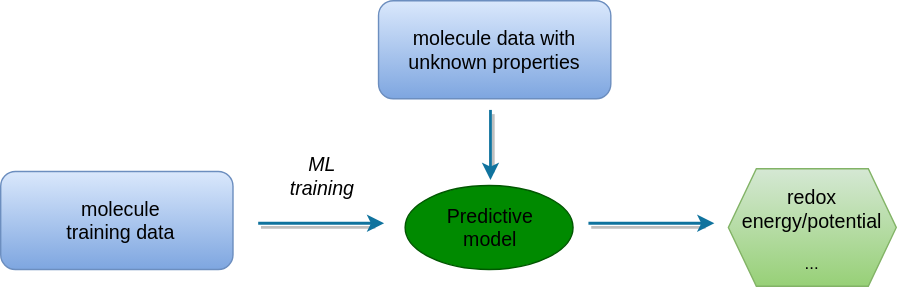
Above: pipeline-octopussy.svg in jajupmochi/figures-collection (draw.io), before the change. Source tidied: cells renumbered, new cells last; positions are measured from the earlier drawing's top-left corner, leaving out a move shared by most shapes.
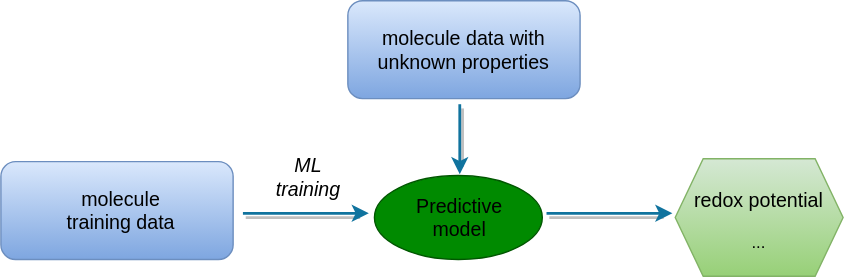
Above is the later version.

The edit, as a diff of the source:
```diff
@@ -3,10 +3,10 @@
     <mxCell id="0" />
     <mxCell id="1" parent="0" />
     <mxCell id="2" style="rounded=1;whiteSpace=wrap;html=1;fillColor=#dae8fc;strokeColor=#6c8ebf;gradientColor=#7ea6e0;" parent="1" vertex="1">
-      <mxGeometry y="122" width="166" height="70" as="geometry" />
+      <mxGeometry x="22" y="122" width="166" height="70" as="geometry" />
     </mxCell>
     <mxCell id="3" value="&lt;h3&gt;&lt;span style=&quot;font-weight: normal&quot;&gt;molecule training data&lt;/span&gt;&lt;br&gt;&lt;/h3&gt;" style="text;html=1;strokeColor=none;fillColor=none;align=center;verticalAlign=middle;whiteSpace=wrap;rounded=0;" parent="1" vertex="1">
-      <mxGeometry x="37" y="142" width="97.5" height="30" as="geometry" />
+      <mxGeometry x="59" y="142" width="97.5" height="30" as="geometry" />
     </mxCell>
     <mxCell id="4" style="ellipse;whiteSpace=wrap;html=1;fillColor=#008a00;fontColor=#ffffff;strokeColor=#005700;" parent="1" vertex="1">
       <mxGeometry x="289" y="132" width="120" height="60" as="geometry" />
@@ -16,36 +16,36 @@
     </mxCell>
     <mxCell id="6" style="endArrow=classic;html=1;rounded=0;shadow=1;fontSize=14;strokeWidth=2;fillColor=#b1ddf0;strokeColor=#10739e;" parent="1" edge="1">
       <mxGeometry relative="1" as="geometry">
-        <mxPoint x="184" y="159" as="sourcePoint" />
-        <mxPoint x="274" y="159" as="targetPoint" />
+        <mxPoint x="195" y="159" as="sourcePoint" />
+        <mxPoint x="285" y="159" as="targetPoint" />
       </mxGeometry>
     </mxCell>
     <mxCell id="7" value="&lt;i&gt;&lt;br&gt;&lt;/i&gt;&lt;div&gt;&lt;i&gt;ML&lt;/i&gt;&lt;/div&gt;&lt;div&gt;&lt;i&gt;training&lt;/i&gt;&lt;/div&gt;" style="text;html=1;strokeColor=none;fillColor=none;align=center;verticalAlign=middle;whiteSpace=wrap;rounded=0;fontSize=14;" parent="1" vertex="1">
-      <mxGeometry x="200" y="102" width="60" height="30" as="geometry" />
+      <mxGeometry x="212" y="110" width="60" height="30" as="geometry" />
     </mxCell>
     <mxCell id="8" style="endArrow=classic;html=1;rounded=0;shadow=1;fontSize=14;strokeWidth=2;fillColor=#b1ddf0;strokeColor=#10739e;" parent="1" edge="1">
       <mxGeometry relative="1" as="geometry">
-        <mxPoint x="420" y="159" as="sourcePoint" />
-        <mxPoint x="510" y="159" as="targetPoint" />
+        <mxPoint x="412" y="159" as="sourcePoint" />
+        <mxPoint x="502" y="159" as="targetPoint" />
       </mxGeometry>
     </mxCell>
     <mxCell id="9" style="rounded=1;whiteSpace=wrap;html=1;fillColor=#dae8fc;strokeColor=#6c8ebf;gradientColor=#7ea6e0;" parent="1" vertex="1">
-      <mxGeometry x="270" width="166" height="70" as="geometry" />
+      <mxGeometry x="270" y="7" width="166" height="70" as="geometry" />
     </mxCell>
     <mxCell id="10" value="&lt;h3&gt;&lt;span style=&quot;font-weight: normal&quot;&gt;molecule data with unknown properties&lt;/span&gt;&lt;br&gt;&lt;/h3&gt;" style="text;html=1;strokeColor=none;fillColor=none;align=center;verticalAlign=middle;whiteSpace=wrap;rounded=0;" parent="1" vertex="1">
-      <mxGeometry x="273" y="20" width="160" height="30" as="geometry" />
+      <mxGeometry x="273" y="27" width="160" height="30" as="geometry" />
     </mxCell>
     <mxCell id="11" style="endArrow=classic;html=1;rounded=0;shadow=1;fontSize=14;strokeWidth=2;fillColor=#b1ddf0;strokeColor=#10739e;" parent="1" edge="1">
       <mxGeometry relative="1" as="geometry">
-        <mxPoint x="350" y="78" as="sourcePoint" />
-        <mxPoint x="350" y="128" as="targetPoint" />
+        <mxPoint x="350" y="81" as="sourcePoint" />
+        <mxPoint x="350" y="131" as="targetPoint" />
       </mxGeometry>
     </mxCell>
     <mxCell id="12" style="shape=hexagon;perimeter=hexagonPerimeter2;whiteSpace=wrap;html=1;fixedSize=1;fontSize=14;fillColor=#d5e8d4;gradientColor=#97d077;strokeColor=#82b366;" parent="1" vertex="1">
-      <mxGeometry x="520" y="120" width="120" height="84" as="geometry" />
+      <mxGeometry x="504" y="120" width="120" height="84" as="geometry" />
     </mxCell>
-    <mxCell id="13" value="&lt;h3&gt;&lt;span style=&quot;font-weight: normal&quot;&gt;redox energy/potential&lt;br&gt;&lt;/span&gt;&lt;/h3&gt;..." style="text;html=1;strokeColor=none;fillColor=none;align=center;verticalAlign=middle;whiteSpace=wrap;rounded=0;" parent="1" vertex="1">
-      <mxGeometry x="525" y="142" width="110" height="30" as="geometry" />
+    <mxCell id="13" value="&lt;h3&gt;&lt;span style=&quot;font-weight: normal&quot;&gt;redox potential&lt;br&gt;&lt;/span&gt;&lt;/h3&gt;..." style="text;html=1;strokeColor=none;fillColor=none;align=center;verticalAlign=middle;whiteSpace=wrap;rounded=0;" parent="1" vertex="1">
+      <mxGeometry x="509" y="142" width="110" height="30" as="geometry" />
     </mxCell>
   </root>
 </mxGraphModel>
```
